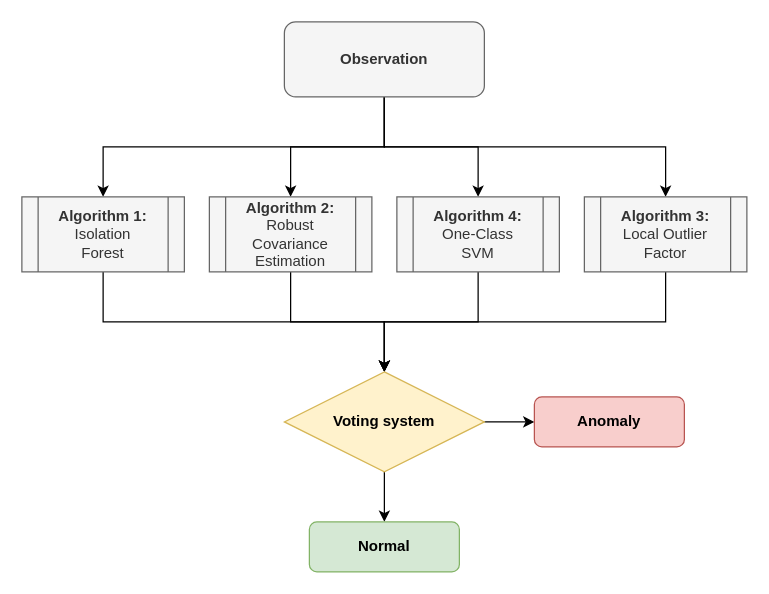
Earlier version of the draw.io diagram Report Help/NetworkDiagram.drawio (jaduplessis/DesignProject4). Source tidied: cells renumbered, new cells numbered last; positions are measured from the earlier drawing's top-left corner, leaving out a move shared by most shapes. Both pictures are drawn from the tidied source at 125%, with x=0, y=0 at pixel (21, 21).
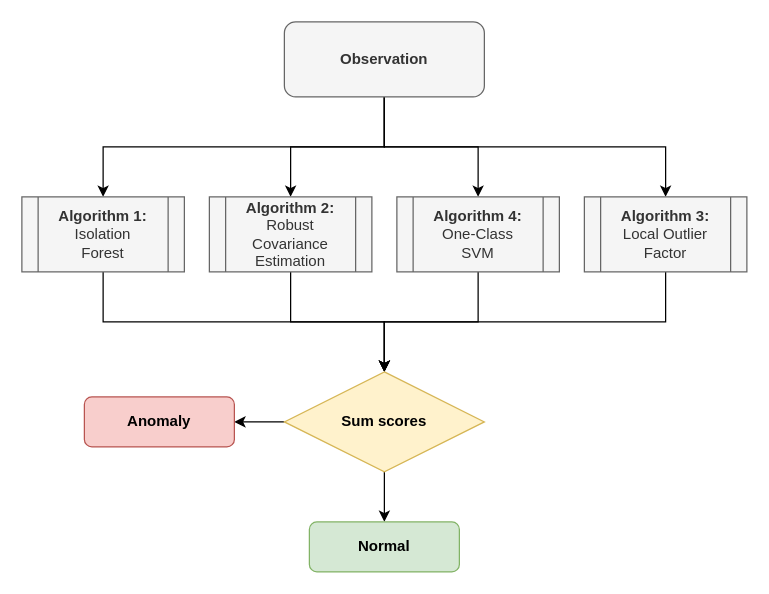
The same page after the edit.

Change to the diagram source:
```diff
@@
-    <mxCell id="17" value="Voting system" style="rhombus;whiteSpace=wrap;html=1;fontStyle=1;fillColor=#fff2cc;strokeColor=#d6b656;" parent="1" vertex="1">
+    <mxCell id="17" value="Sum scores" style="rhombus;whiteSpace=wrap;html=1;fontStyle=1;fillColor=#fff2cc;strokeColor=#d6b656;" parent="1" vertex="1">
       <mxGeometry x="210" y="280" width="160" height="80" as="geometry" />
     </mxCell>
     <mxCell id="18" value="Anomaly" style="rounded=1;whiteSpace=wrap;html=1;fontStyle=1;fillColor=#f8cecc;strokeColor=#b85450;" parent="1" vertex="1">
-      <mxGeometry x="410" y="300" width="120" height="40" as="geometry" />
+      <mxGeometry x="50" y="300" width="120" height="40" as="geometry" />
     </mxCell>
```
